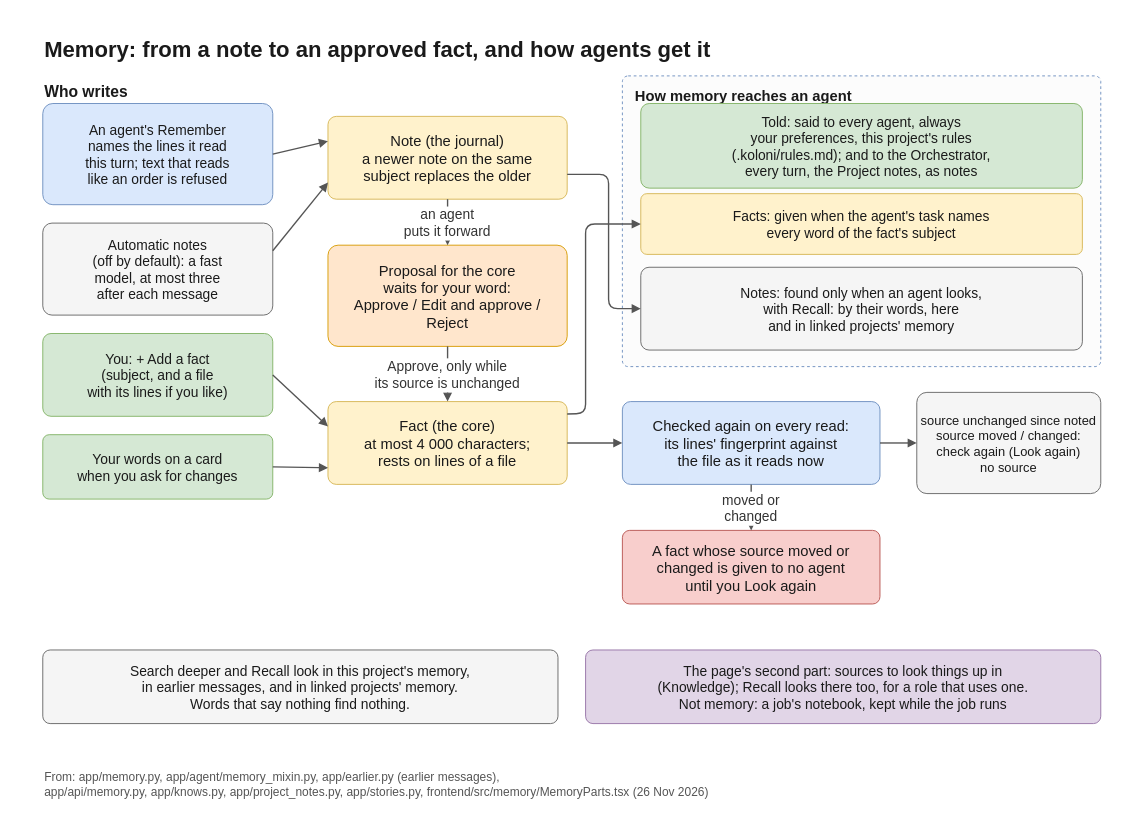
This is docs/diagrams/memory.drawio from flyingriverhorse/Koloni, a draw.io file, before an edit. Source tidied: cells renumbered, new cells numbered last; positions are measured from the earlier drawing's top-left corner, leaving out a move shared by most shapes. Both pictures are drawn from the tidied source at 92%, with x=0, y=0 at pixel (15, 15).
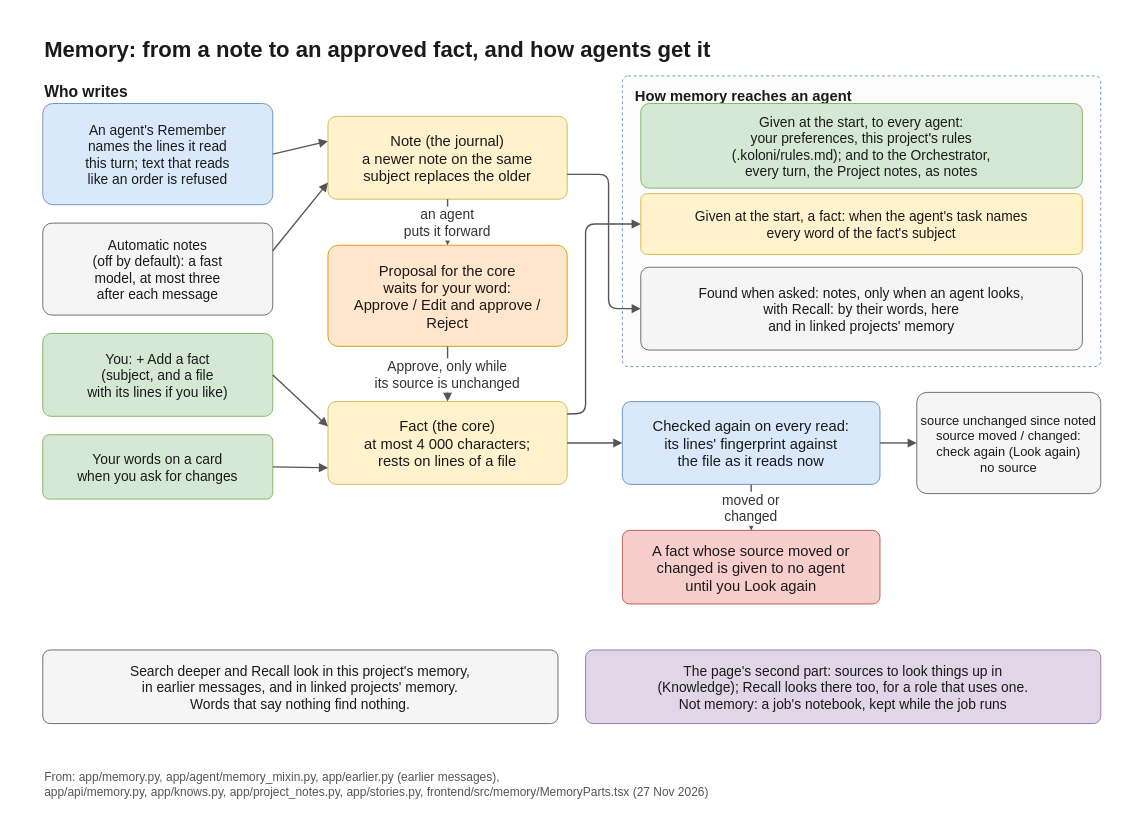
Above is the later version.

Commit message (it also covers changes not shown here):
docs: Memory and its sources as cells

The edit, as a diff of the source:
```diff
@@
-    <mxCell id="25" value="Told: said to every agent, always&#10;your preferences, this project's rules&#10;(.koloni/rules.md); and to the Orchestrator,&#10;every turn, the Project notes, as notes" style="rounded=1;arcSize=10;fillColor=#d5e8d4;strokeColor=#82b366;fontFamily=Helvetica;fontColor=#1a1a1a;fontSize=15;spacing=6;" parent="1" vertex="1">
+    <mxCell id="25" value="Given at the start, to every agent:&#10;your preferences, this project's rules&#10;(.koloni/rules.md); and to the Orchestrator,&#10;every turn, the Project notes, as notes" style="rounded=1;arcSize=10;fillColor=#d5e8d4;strokeColor=#82b366;fontFamily=Helvetica;fontColor=#1a1a1a;fontSize=15;spacing=6;" parent="1" vertex="1">
       <mxGeometry x="680" y="96" width="480" height="92" as="geometry" />
     </mxCell>
-    <mxCell id="26" value="Facts: given when the agent's task names&#10;every word of the fact's subject" style="rounded=1;arcSize=10;fillColor=#fff2cc;strokeColor=#d6b656;fontFamily=Helvetica;fontColor=#1a1a1a;fontSize=15;spacing=6;" parent="1" vertex="1">
+    <mxCell id="26" value="Given at the start, a fact: when the agent's task names&#10;every word of the fact's subject" style="rounded=1;arcSize=10;fillColor=#fff2cc;strokeColor=#d6b656;fontFamily=Helvetica;fontColor=#1a1a1a;fontSize=15;spacing=6;" parent="1" vertex="1">
       <mxGeometry x="680" y="194" width="480" height="66" as="geometry" />
     </mxCell>
-    <mxCell id="27" value="Notes: found only when an agent looks,&#10;with Recall: by their words, here&#10;and in linked projects' memory" style="rounded=1;arcSize=10;fillColor=#f5f5f5;strokeColor=#666666;fontFamily=Helvetica;fontColor=#1a1a1a;fontSize=15;spacing=6;" parent="1" vertex="1">
+    <mxCell id="27" value="Found when asked: notes, only when an agent looks,&#10;with Recall: by their words, here&#10;and in linked projects' memory" style="rounded=1;arcSize=10;fillColor=#f5f5f5;strokeColor=#666666;fontFamily=Helvetica;fontColor=#1a1a1a;fontSize=15;spacing=6;" parent="1" vertex="1">
       <mxGeometry x="680" y="274" width="480" height="90" as="geometry" />
     </mxCell>
@@
-    <mxCell id="32" value="From: app/memory.py, app/agent/memory_mixin.py, app/earlier.py (earlier messages),&#10;app/api/memory.py, app/knows.py, app/project_notes.py, app/stories.py, frontend/src/memory/MemoryParts.tsx (26 Nov 2026)" style="text;strokeColor=none;fillColor=none;fontFamily=Helvetica;fontColor=#555555;fontSize=13;align=left;verticalAlign=top;" parent="1" vertex="1">
+    <mxCell id="32" value="From: app/memory.py, app/agent/memory_mixin.py, app/earlier.py (earlier messages),&#10;app/api/memory.py, app/knows.py, app/project_notes.py, app/stories.py, frontend/src/memory/MemoryParts.tsx (27 Nov 2026)" style="text;strokeColor=none;fillColor=none;fontFamily=Helvetica;fontColor=#555555;fontSize=13;align=left;verticalAlign=top;" parent="1" vertex="1">
       <mxGeometry x="30" y="814" width="1140" height="40" as="geometry" />
     </mxCell>
```
